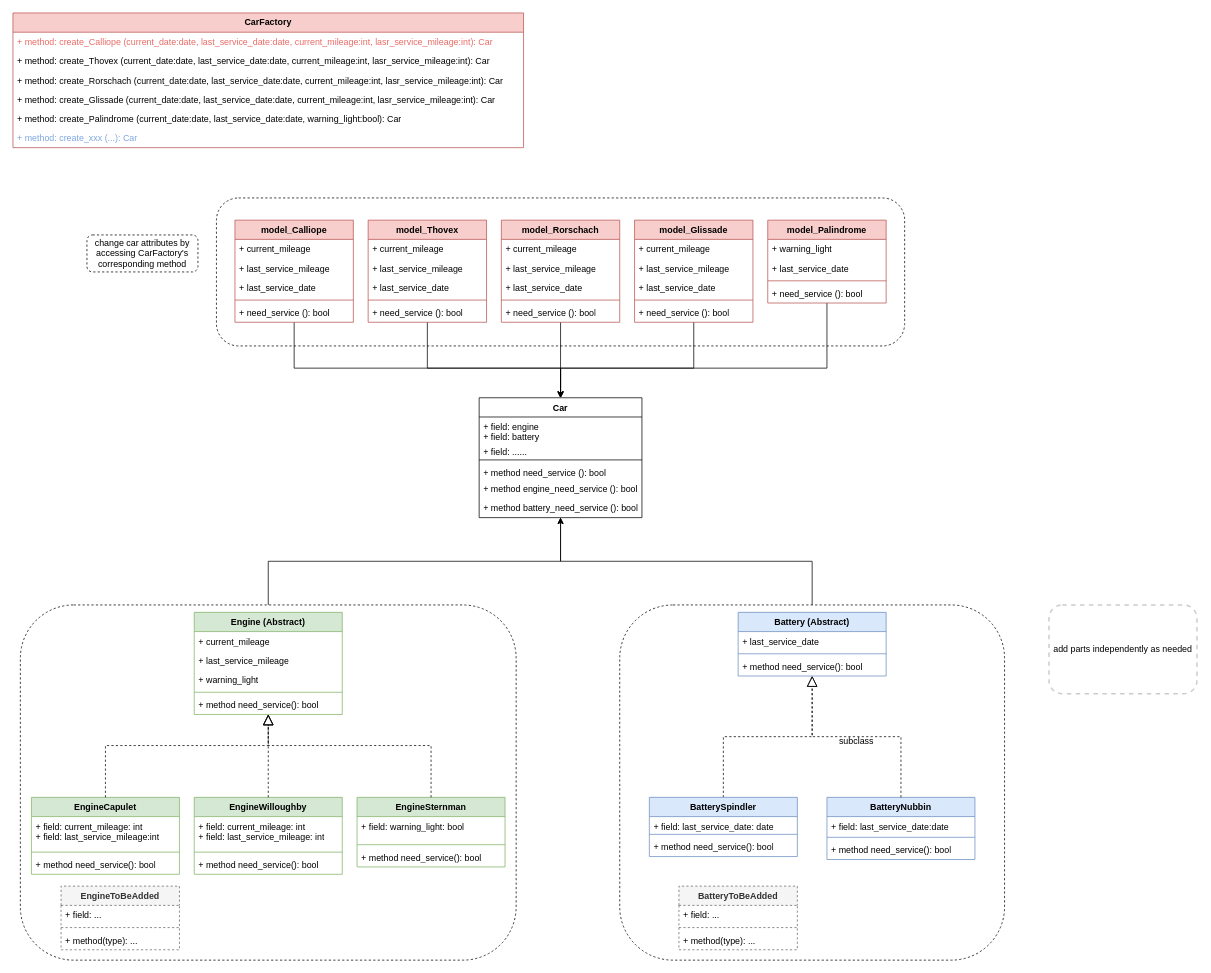
The draw.io diagram media/LyftServiceArcihtecture.drawio in cptbtptp01/Forage-Lyft, before the edit. Source tidied: cells renumbered, new cells numbered last; positions are measured from the earlier drawing's top-left corner, leaving out a move shared by most shapes. Both pictures are drawn from the tidied source at 74%, with x=0, y=0 at pixel (13, 13).
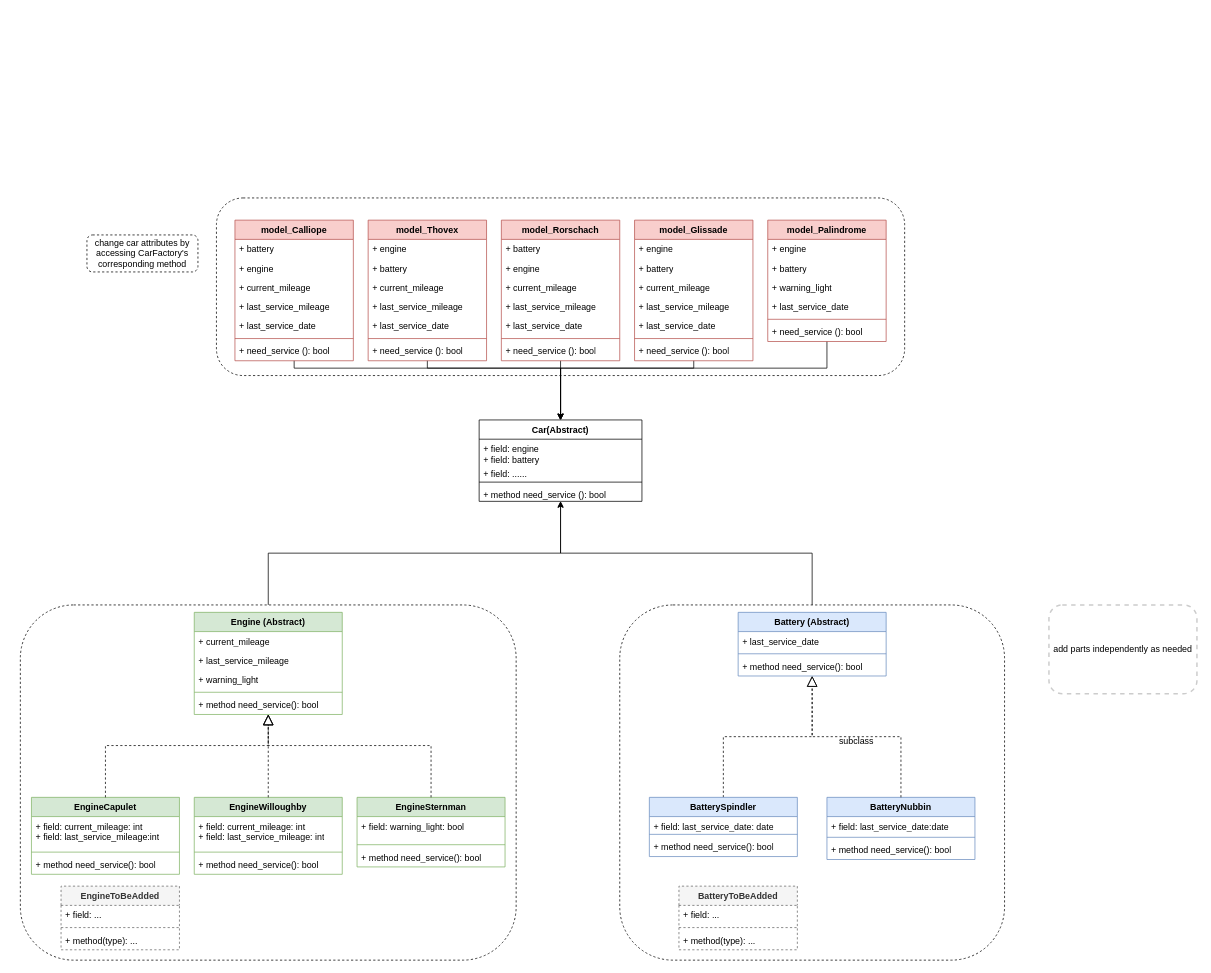
The same diagram, later.

Change to the diagram source:
```diff
@@
     <mxCell id="2" style="rounded=1;whiteSpace=wrap;html=1;fillColor=default;dashed=1;" parent="1" vertex="1">
-      <mxGeometry x="275" y="250" width="930" height="200" as="geometry" />
+      <mxGeometry x="275" y="250" width="930" height="240" as="geometry" />
     </mxCell>
@@
-    <mxCell id="7" value="Car" style="swimlane;fontStyle=1;align=center;verticalAlign=top;horizontal=1;startSize=26;whiteSpace=wrap;html=1;" parent="1" vertex="1">
-      <mxGeometry x="630" y="520" width="220" height="162" as="geometry" />
+    <mxCell id="7" value="Car(Abstract)" style="swimlane;fontStyle=1;align=center;verticalAlign=top;horizontal=1;startSize=26;whiteSpace=wrap;html=1;" parent="1" vertex="1">
+      <mxGeometry x="630" y="550" width="220" height="110" as="geometry" />
     </mxCell>
@@
-    <mxCell id="12" value="+ method engine_need_service (): bool" style="text;strokeColor=none;fillColor=none;align=left;verticalAlign=top;spacingLeft=4;spacingRight=4;overflow=hidden;whiteSpace=wrap;html=1;" parent="7" vertex="1">
-      <mxGeometry y="110" width="220" height="26" as="geometry" />
-    </mxCell>
-    <mxCell id="13" value="+ method battery_need_service (): bool" style="text;strokeColor=none;fillColor=none;align=left;verticalAlign=top;spacingLeft=4;spacingRight=4;overflow=hidden;whiteSpace=wrap;html=1;" parent="7" vertex="1">
-      <mxGeometry y="136" width="220" height="26" as="geometry" />
-    </mxCell>
@@
-    <mxCell id="50" value="&lt;b&gt;CarFactory&lt;/b&gt;" style="swimlane;fontStyle=0;horizontal=1;startSize=26;fillColor=#f8cecc;whiteSpace=wrap;html=1;strokeColor=#b85450;" parent="1" vertex="1">
-      <mxGeometry width="690" height="182" as="geometry" />
-    </mxCell>
-    <mxCell id="51" value="&lt;div&gt;+ method: create_Calliope (current_date:date, last_service_date:date, current_mileage:int, lasr_service_mileage:int): Car&lt;br&gt;&lt;/div&gt;" style="text;strokeColor=none;fillColor=none;align=left;verticalAlign=top;spacingLeft=4;spacingRight=4;overflow=hidden;whiteSpace=wrap;html=1;fontColor=#EA6B66;fontStyle=0;" parent="50" vertex="1">
-      <mxGeometry y="26" width="690" height="26" as="geometry" />
-    </mxCell>
-    <mxCell id="52" value="&lt;div&gt;+ method: create_Thovex (current_date:date, last_service_date:date, current_mileage:int, lasr_service_mileage:int): Car&lt;br&gt;&lt;/div&gt;" style="text;strokeColor=none;fillColor=none;align=left;verticalAlign=top;spacingLeft=4;spacingRight=4;overflow=hidden;whiteSpace=wrap;html=1;" parent="50" vertex="1">
-      <mxGeometry y="52" width="690" height="26" as="geometry" />
-    </mxCell>
-    <mxCell id="53" value="&lt;div&gt;+ method: create_Rorschach (current_date:date, last_service_date:date, current_mileage:int, lasr_service_mileage:int): Car&lt;br&gt;&lt;/div&gt;" style="text;strokeColor=none;fillColor=none;align=left;verticalAlign=top;spacingLeft=4;spacingRight=4;overflow=hidden;whiteSpace=wrap;html=1;" parent="50" vertex="1">
-      <mxGeometry y="78" width="690" height="26" as="geometry" />
-    </mxCell>
-    <mxCell id="54" value="&lt;div&gt;+ method: create_Glissade (current_date:date, last_service_date:date, current_mileage:int, lasr_service_mileage:int): Car&lt;br&gt;&lt;/div&gt;" style="text;strokeColor=none;fillColor=none;align=left;verticalAlign=top;spacingLeft=4;spacingRight=4;overflow=hidden;whiteSpace=wrap;html=1;" parent="50" vertex="1">
-      <mxGeometry y="104" width="690" height="26" as="geometry" />
-    </mxCell>
-    <mxCell id="55" value="&lt;div&gt;+ method: create_Palindrome (current_date:date, last_service_date:date, warning_light:bool): Car&lt;br&gt;&lt;/div&gt;" style="text;strokeColor=none;fillColor=none;align=left;verticalAlign=top;spacingLeft=4;spacingRight=4;overflow=hidden;whiteSpace=wrap;html=1;" parent="50" vertex="1">
-      <mxGeometry y="130" width="690" height="26" as="geometry" />
-    </mxCell>
-    <mxCell id="56" value="&lt;div&gt;+ method: create_xxx (...): Car&lt;br&gt;&lt;/div&gt;" style="text;strokeColor=none;fillColor=none;align=left;verticalAlign=top;spacingLeft=4;spacingRight=4;overflow=hidden;whiteSpace=wrap;html=1;fontColor=#7EA6E0;" parent="50" vertex="1">
-      <mxGeometry y="156" width="690" height="26" as="geometry" />
-    </mxCell>
@@
     <mxCell id="68" value="model_Calliope" style="swimlane;fontStyle=1;align=center;verticalAlign=top;horizontal=1;startSize=26;whiteSpace=wrap;html=1;fillColor=#f8cecc;strokeColor=#b85450;" parent="1" vertex="1">
-      <mxGeometry x="300" y="280" width="160" height="138" as="geometry" />
+      <mxGeometry x="300" y="280" width="160" height="190" as="geometry" />
     </mxCell>
+    <mxCell id="101" value="+ battery" style="text;strokeColor=none;fillColor=none;align=left;verticalAlign=top;spacingLeft=4;spacingRight=4;overflow=hidden;whiteSpace=wrap;html=1;" parent="68" vertex="1">
+      <mxGeometry y="26" width="160" height="26" as="geometry" />
+    </mxCell>
+    <mxCell id="102" value="+ engine" style="text;strokeColor=none;fillColor=none;align=left;verticalAlign=top;spacingLeft=4;spacingRight=4;overflow=hidden;whiteSpace=wrap;html=1;" parent="68" vertex="1">
+      <mxGeometry y="52" width="160" height="26" as="geometry" />
+    </mxCell>
     <mxCell id="69" value="+ current_mileage" style="text;strokeColor=none;fillColor=none;align=left;verticalAlign=top;spacingLeft=4;spacingRight=4;overflow=hidden;whiteSpace=wrap;html=1;" parent="68" vertex="1">
-      <mxGeometry y="26" width="160" height="26" as="geometry" />
+      <mxGeometry y="78" width="160" height="26" as="geometry" />
     </mxCell>
     <mxCell id="70" value="+ last_service_mileage" style="text;strokeColor=none;fillColor=none;align=left;verticalAlign=top;spacingLeft=4;spacingRight=4;overflow=hidden;whiteSpace=wrap;html=1;" parent="68" vertex="1">
-      <mxGeometry y="52" width="160" height="26" as="geometry" />
+      <mxGeometry y="104" width="160" height="26" as="geometry" />
     </mxCell>
     <mxCell id="71" value="+ last_service_date" style="text;strokeColor=none;fillColor=none;align=left;verticalAlign=top;spacingLeft=4;spacingRight=4;overflow=hidden;whiteSpace=wrap;html=1;" parent="68" vertex="1">
-      <mxGeometry y="78" width="160" height="26" as="geometry" />
+      <mxGeometry y="130" width="160" height="26" as="geometry" />
     </mxCell>
     <mxCell id="72" style="line;strokeWidth=1;fillColor=none;align=left;verticalAlign=middle;spacingTop=-1;spacingLeft=3;spacingRight=3;labelPosition=right;strokeColor=inherit;" parent="68" vertex="1">
-      <mxGeometry y="104" width="160" height="8" as="geometry" />
+      <mxGeometry y="156" width="160" height="8" as="geometry" />
     </mxCell>
     <mxCell id="73" value="+ need_service (): bool" style="text;strokeColor=none;fillColor=none;align=left;verticalAlign=top;spacingLeft=4;spacingRight=4;overflow=hidden;whiteSpace=wrap;html=1;" parent="68" vertex="1">
-      <mxGeometry y="112" width="160" height="26" as="geometry" />
+      <mxGeometry y="164" width="160" height="26" as="geometry" />
     </mxCell>
@@
     <mxCell id="75" value="model_Thovex" style="swimlane;fontStyle=1;align=center;verticalAlign=top;horizontal=1;startSize=26;whiteSpace=wrap;html=1;fillColor=#f8cecc;strokeColor=#b85450;" parent="1" vertex="1">
-      <mxGeometry x="480" y="280" width="160" height="138" as="geometry" />
+      <mxGeometry x="480" y="280" width="160" height="190" as="geometry" />
     </mxCell>
+    <mxCell id="103" value="+ engine" style="text;strokeColor=none;fillColor=none;align=left;verticalAlign=top;spacingLeft=4;spacingRight=4;overflow=hidden;whiteSpace=wrap;html=1;" parent="75" vertex="1">
+      <mxGeometry y="26" width="160" height="26" as="geometry" />
+    </mxCell>
+    <mxCell id="104" value="+ battery" style="text;strokeColor=none;fillColor=none;align=left;verticalAlign=top;spacingLeft=4;spacingRight=4;overflow=hidden;whiteSpace=wrap;html=1;" parent="75" vertex="1">
+      <mxGeometry y="52" width="160" height="26" as="geometry" />
+    </mxCell>
     <mxCell id="76" value="+ current_mileage" style="text;strokeColor=none;fillColor=none;align=left;verticalAlign=top;spacingLeft=4;spacingRight=4;overflow=hidden;whiteSpace=wrap;html=1;" parent="75" vertex="1">
-      <mxGeometry y="26" width="160" height="26" as="geometry" />
+      <mxGeometry y="78" width="160" height="26" as="geometry" />
     </mxCell>
     <mxCell id="77" value="+ last_service_mileage" style="text;strokeColor=none;fillColor=none;align=left;verticalAlign=top;spacingLeft=4;spacingRight=4;overflow=hidden;whiteSpace=wrap;html=1;" parent="75" vertex="1">
-      <mxGeometry y="52" width="160" height="26" as="geometry" />
+      <mxGeometry y="104" width="160" height="26" as="geometry" />
     </mxCell>
     <mxCell id="78" value="+ last_service_date" style="text;strokeColor=none;fillColor=none;align=left;verticalAlign=top;spacingLeft=4;spacingRight=4;overflow=hidden;whiteSpace=wrap;html=1;" parent="75" vertex="1">
-      <mxGeometry y="78" width="160" height="26" as="geometry" />
+      <mxGeometry y="130" width="160" height="26" as="geometry" />
     </mxCell>
     <mxCell id="79" style="line;strokeWidth=1;fillColor=none;align=left;verticalAlign=middle;spacingTop=-1;spacingLeft=3;spacingRight=3;labelPosition=right;strokeColor=inherit;" parent="75" vertex="1">
-      <mxGeometry y="104" width="160" height="8" as="geometry" />
+      <mxGeometry y="156" width="160" height="8" as="geometry" />
     </mxCell>
     <mxCell id="80" value="+ need_service (): bool" style="text;strokeColor=none;fillColor=none;align=left;verticalAlign=top;spacingLeft=4;spacingRight=4;overflow=hidden;whiteSpace=wrap;html=1;" parent="75" vertex="1">
-      <mxGeometry y="112" width="160" height="26" as="geometry" />
+      <mxGeometry y="164" width="160" height="26" as="geometry" />
     </mxCell>
@@
     <mxCell id="82" value="model_Rorschach" style="swimlane;fontStyle=1;align=center;verticalAlign=top;horizontal=1;startSize=26;whiteSpace=wrap;html=1;fillColor=#f8cecc;strokeColor=#b85450;" parent="1" vertex="1">
-      <mxGeometry x="660" y="280" width="160" height="138" as="geometry" />
+      <mxGeometry x="660" y="280" width="160" height="190" as="geometry" />
     </mxCell>
+    <mxCell id="105" value="+ battery" style="text;strokeColor=none;fillColor=none;align=left;verticalAlign=top;spacingLeft=4;spacingRight=4;overflow=hidden;whiteSpace=wrap;html=1;" parent="82" vertex="1">
+      <mxGeometry y="26" width="160" height="26" as="geometry" />
+    </mxCell>
+    <mxCell id="106" value="+ engine" style="text;strokeColor=none;fillColor=none;align=left;verticalAlign=top;spacingLeft=4;spacingRight=4;overflow=hidden;whiteSpace=wrap;html=1;" parent="82" vertex="1">
+      <mxGeometry y="52" width="160" height="26" as="geometry" />
+    </mxCell>
     <mxCell id="83" value="+ current_mileage" style="text;strokeColor=none;fillColor=none;align=left;verticalAlign=top;spacingLeft=4;spacingRight=4;overflow=hidden;whiteSpace=wrap;html=1;" parent="82" vertex="1">
-      <mxGeometry y="26" width="160" height="26" as="geometry" />
+      <mxGeometry y="78" width="160" height="26" as="geometry" />
     </mxCell>
     <mxCell id="84" value="+ last_service_mileage" style="text;strokeColor=none;fillColor=none;align=left;verticalAlign=top;spacingLeft=4;spacingRight=4;overflow=hidden;whiteSpace=wrap;html=1;" parent="82" vertex="1">
-      <mxGeometry y="52" width="160" height="26" as="geometry" />
+      <mxGeometry y="104" width="160" height="26" as="geometry" />
     </mxCell>
     <mxCell id="85" value="+ last_service_date" style="text;strokeColor=none;fillColor=none;align=left;verticalAlign=top;spacingLeft=4;spacingRight=4;overflow=hidden;whiteSpace=wrap;html=1;" parent="82" vertex="1">
-      <mxGeometry y="78" width="160" height="26" as="geometry" />
+      <mxGeometry y="130" width="160" height="26" as="geometry" />
     </mxCell>
     <mxCell id="86" style="line;strokeWidth=1;fillColor=none;align=left;verticalAlign=middle;spacingTop=-1;spacingLeft=3;spacingRight=3;labelPosition=right;strokeColor=inherit;" parent="82" vertex="1">
-      <mxGeometry y="104" width="160" height="8" as="geometry" />
+      <mxGeometry y="156" width="160" height="8" as="geometry" />
     </mxCell>
     <mxCell id="87" value="+ need_service (): bool" style="text;strokeColor=none;fillColor=none;align=left;verticalAlign=top;spacingLeft=4;spacingRight=4;overflow=hidden;whiteSpace=wrap;html=1;" parent="82" vertex="1">
-      <mxGeometry y="112" width="160" height="26" as="geometry" />
+      <mxGeometry y="164" width="160" height="26" as="geometry" />
     </mxCell>
@@
     <mxCell id="89" value="model_Glissade" style="swimlane;fontStyle=1;align=center;verticalAlign=top;horizontal=1;startSize=26;whiteSpace=wrap;html=1;fillColor=#f8cecc;strokeColor=#b85450;" parent="1" vertex="1">
-      <mxGeometry x="840" y="280" width="160" height="138" as="geometry" />
+      <mxGeometry x="840" y="280" width="160" height="190" as="geometry" />
     </mxCell>
+    <mxCell id="107" value="+ engine" style="text;strokeColor=none;fillColor=none;align=left;verticalAlign=top;spacingLeft=4;spacingRight=4;overflow=hidden;whiteSpace=wrap;html=1;" parent="89" vertex="1">
+      <mxGeometry y="26" width="160" height="26" as="geometry" />
+    </mxCell>
+    <mxCell id="108" value="+ battery" style="text;strokeColor=none;fillColor=none;align=left;verticalAlign=top;spacingLeft=4;spacingRight=4;overflow=hidden;whiteSpace=wrap;html=1;" parent="89" vertex="1">
+      <mxGeometry y="52" width="160" height="26" as="geometry" />
+    </mxCell>
     <mxCell id="90" value="+ current_mileage" style="text;strokeColor=none;fillColor=none;align=left;verticalAlign=top;spacingLeft=4;spacingRight=4;overflow=hidden;whiteSpace=wrap;html=1;" parent="89" vertex="1">
-      <mxGeometry y="26" width="160" height="26" as="geometry" />
+      <mxGeometry y="78" width="160" height="26" as="geometry" />
     </mxCell>
     <mxCell id="91" value="+ last_service_mileage" style="text;strokeColor=none;fillColor=none;align=left;verticalAlign=top;spacingLeft=4;spacingRight=4;overflow=hidden;whiteSpace=wrap;html=1;" parent="89" vertex="1">
-      <mxGeometry y="52" width="160" height="26" as="geometry" />
+      <mxGeometry y="104" width="160" height="26" as="geometry" />
     </mxCell>
     <mxCell id="92" value="+ last_service_date" style="text;strokeColor=none;fillColor=none;align=left;verticalAlign=top;spacingLeft=4;spacingRight=4;overflow=hidden;whiteSpace=wrap;html=1;" parent="89" vertex="1">
-      <mxGeometry y="78" width="160" height="26" as="geometry" />
+      <mxGeometry y="130" width="160" height="26" as="geometry" />
     </mxCell>
     <mxCell id="93" style="line;strokeWidth=1;fillColor=none;align=left;verticalAlign=middle;spacingTop=-1;spacingLeft=3;spacingRight=3;labelPosition=right;strokeColor=inherit;" parent="89" vertex="1">
-      <mxGeometry y="104" width="160" height="8" as="geometry" />
+      <mxGeometry y="156" width="160" height="8" as="geometry" />
     </mxCell>
     <mxCell id="94" value="+ need_service (): bool" style="text;strokeColor=none;fillColor=none;align=left;verticalAlign=top;spacingLeft=4;spacingRight=4;overflow=hidden;whiteSpace=wrap;html=1;" parent="89" vertex="1">
-      <mxGeometry y="112" width="160" height="26" as="geometry" />
+      <mxGeometry y="164" width="160" height="26" as="geometry" />
     </mxCell>
@@
     <mxCell id="96" value="model_Palindrome" style="swimlane;fontStyle=1;align=center;verticalAlign=top;horizontal=1;startSize=26;whiteSpace=wrap;html=1;fillColor=#f8cecc;strokeColor=#b85450;" parent="1" vertex="1">
-      <mxGeometry x="1020" y="280" width="160" height="112" as="geometry" />
+      <mxGeometry x="1020" y="280" width="160" height="164" as="geometry" />
     </mxCell>
+    <mxCell id="109" value="+ engine" style="text;strokeColor=none;fillColor=none;align=left;verticalAlign=top;spacingLeft=4;spacingRight=4;overflow=hidden;whiteSpace=wrap;html=1;" parent="96" vertex="1">
+      <mxGeometry y="26" width="160" height="26" as="geometry" />
+    </mxCell>
+    <mxCell id="110" value="+ battery" style="text;strokeColor=none;fillColor=none;align=left;verticalAlign=top;spacingLeft=4;spacingRight=4;overflow=hidden;whiteSpace=wrap;html=1;" parent="96" vertex="1">
+      <mxGeometry y="52" width="160" height="26" as="geometry" />
+    </mxCell>
     <mxCell id="97" value="+ warning_light" style="text;strokeColor=none;fillColor=none;align=left;verticalAlign=top;spacingLeft=4;spacingRight=4;overflow=hidden;whiteSpace=wrap;html=1;" parent="96" vertex="1">
-      <mxGeometry y="26" width="160" height="26" as="geometry" />
+      <mxGeometry y="78" width="160" height="26" as="geometry" />
     </mxCell>
     <mxCell id="98" value="+ last_service_date" style="text;strokeColor=none;fillColor=none;align=left;verticalAlign=top;spacingLeft=4;spacingRight=4;overflow=hidden;whiteSpace=wrap;html=1;" parent="96" vertex="1">
-      <mxGeometry y="52" width="160" height="26" as="geometry" />
+      <mxGeometry y="104" width="160" height="26" as="geometry" />
     </mxCell>
     <mxCell id="99" style="line;strokeWidth=1;fillColor=none;align=left;verticalAlign=middle;spacingTop=-1;spacingLeft=3;spacingRight=3;labelPosition=right;strokeColor=inherit;" parent="96" vertex="1">
-      <mxGeometry y="78" width="160" height="8" as="geometry" />
+      <mxGeometry y="130" width="160" height="8" as="geometry" />
     </mxCell>
     <mxCell id="100" value="+ need_service (): bool" style="text;strokeColor=none;fillColor=none;align=left;verticalAlign=top;spacingLeft=4;spacingRight=4;overflow=hidden;whiteSpace=wrap;html=1;" parent="96" vertex="1">
-      <mxGeometry y="86" width="160" height="26" as="geometry" />
+      <mxGeometry y="138" width="160" height="26" as="geometry" />
     </mxCell>
```
